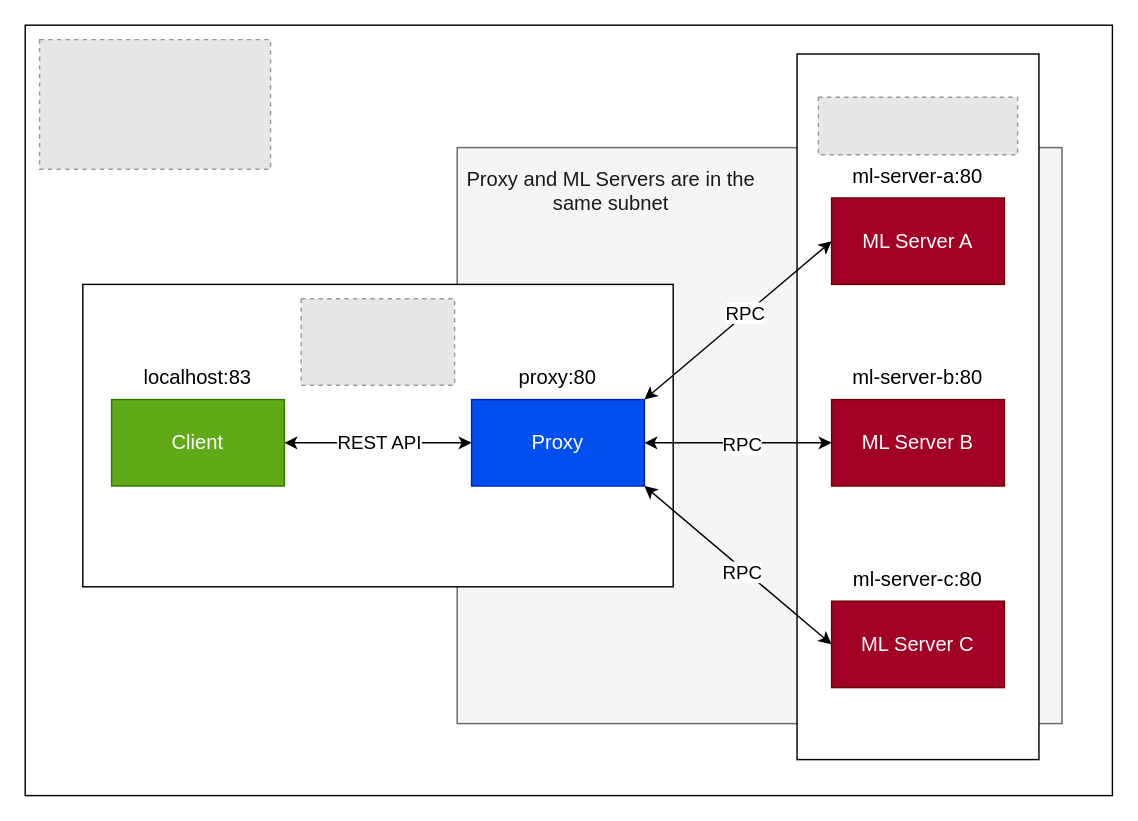
Before: docs/schema.drawio in Samirnunes/csc27_ML_distributed, a draw.io diagram. Source tidied: cells renumbered, new cells numbered last; positions are measured from the earlier drawing's top-left corner, leaving out a move shared by most shapes. Both pictures are drawn from the tidied source at 144%, with x=0, y=0 at pixel (24, 24). Pictures stored in the file or linked from it are replaced by grey dashed boxes.
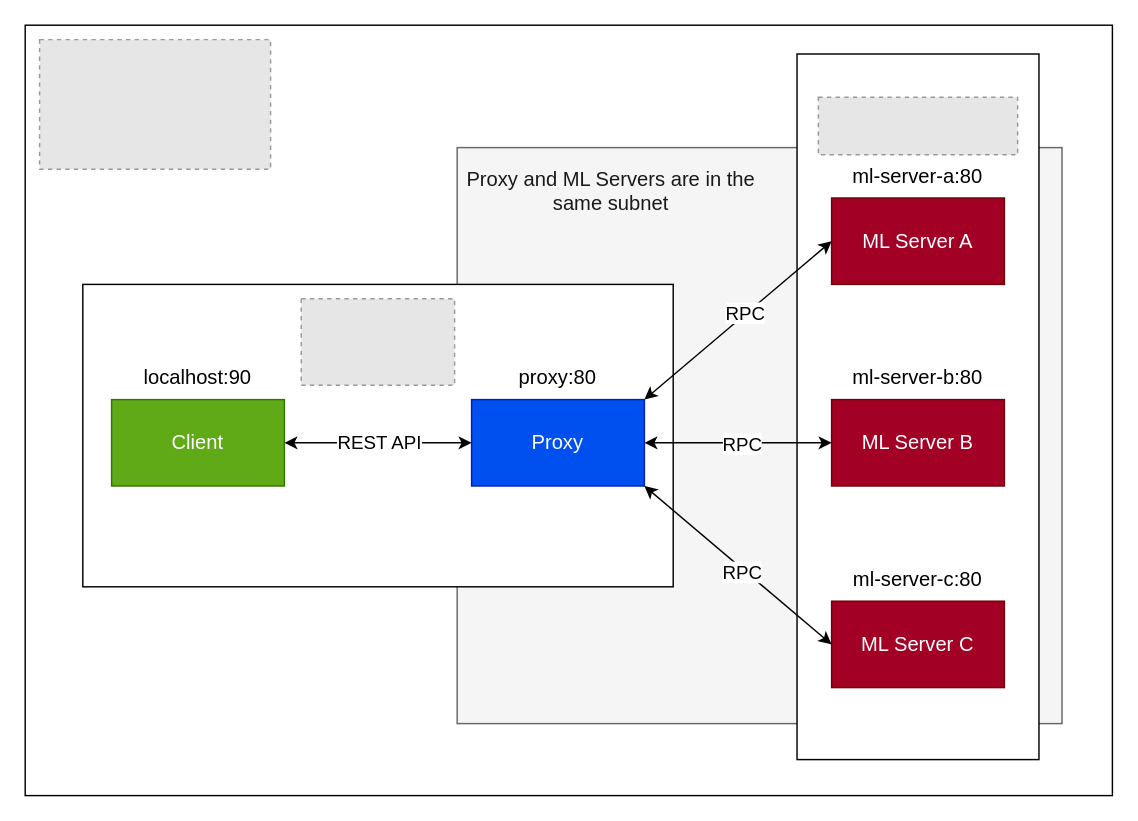
The same page after the edit.

Change to the diagram source:
```diff
@@
-    <mxCell id="21" value="&lt;font style=&quot;font-size: 14px;&quot;&gt;localhost:83&lt;/font&gt;" style="text;html=1;align=center;verticalAlign=middle;whiteSpace=wrap;rounded=0;" parent="1" vertex="1">
+    <mxCell id="21" value="&lt;font style=&quot;font-size: 14px;&quot;&gt;localhost:90&lt;/font&gt;" style="text;html=1;align=center;verticalAlign=middle;whiteSpace=wrap;rounded=0;" parent="1" vertex="1">
       <mxGeometry x="60" y="230" width="120" height="30" as="geometry" />
     </mxCell>
```
